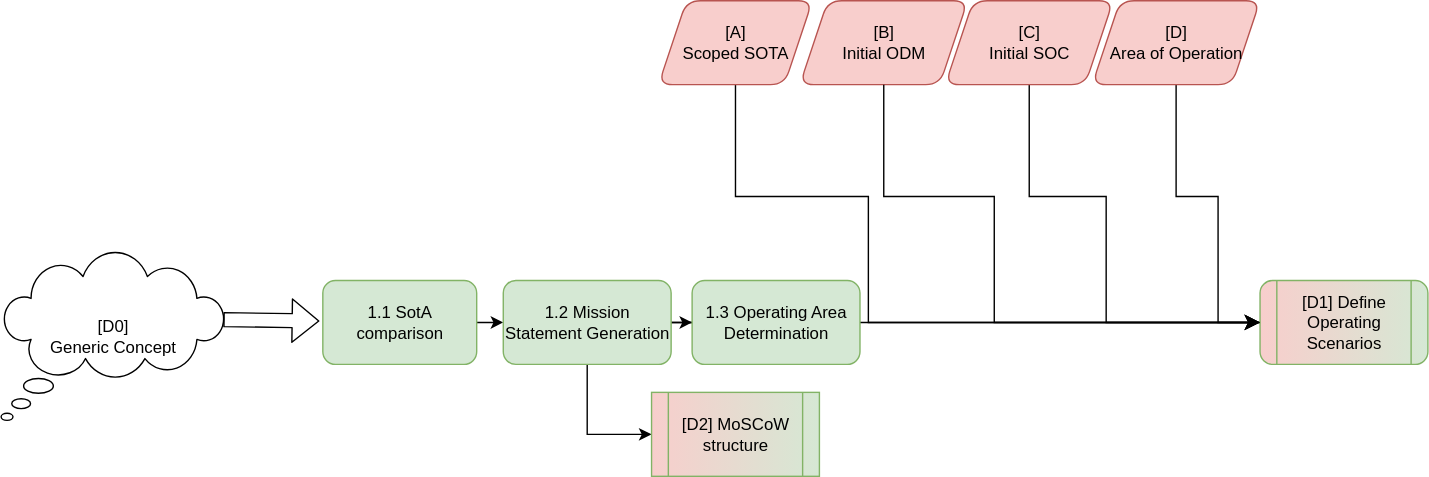
Above: diagrams/step-1.svg in TortoiseFather/sacred-site (draw.io), before the change. Source tidied: cells renumbered, new cells last; positions are measured from the earlier drawing's top-left corner, leaving out a move shared by most shapes.
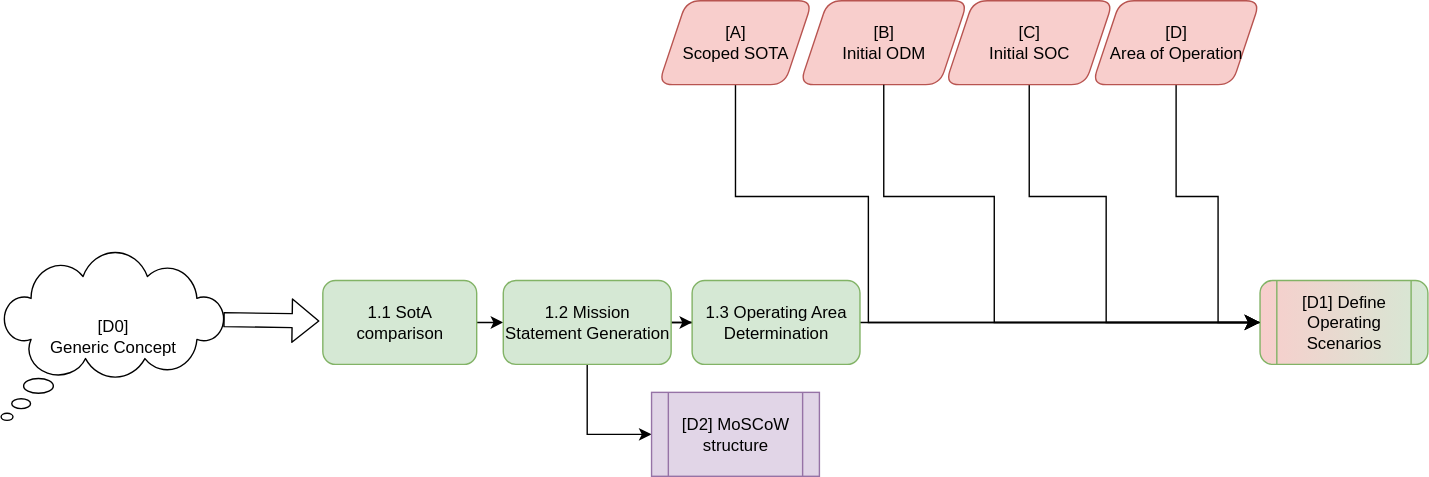
The same file after the commit.

Change to the diagram source:
```diff
@@ -89,7 +89,7 @@
         </Array>
       </mxGeometry>
     </mxCell>
-    <mxCell id="21" value="&lt;div&gt;&lt;span style=&quot;color: rgb(0, 0, 0);&quot;&gt;[D2] MoSCoW structure&lt;/span&gt;&lt;/div&gt;" style="shape=process;whiteSpace=wrap;html=1;backgroundOutline=1;fillColor=#d5e8d4;strokeColor=#82b366;gradientColor=#F8CECC;gradientDirection=west;" parent="1" vertex="1">
+    <mxCell id="21" value="&lt;div&gt;&lt;span style=&quot;color: rgb(0, 0, 0);&quot;&gt;[D2] MoSCoW structure&lt;/span&gt;&lt;/div&gt;" style="shape=process;whiteSpace=wrap;html=1;backgroundOutline=1;fillColor=#e1d5e7;strokeColor=#9673a6;gradientDirection=west;" parent="1" vertex="1">
       <mxGeometry x="465" y="280" width="120" height="60" as="geometry" />
     </mxCell>
   </root>
```
